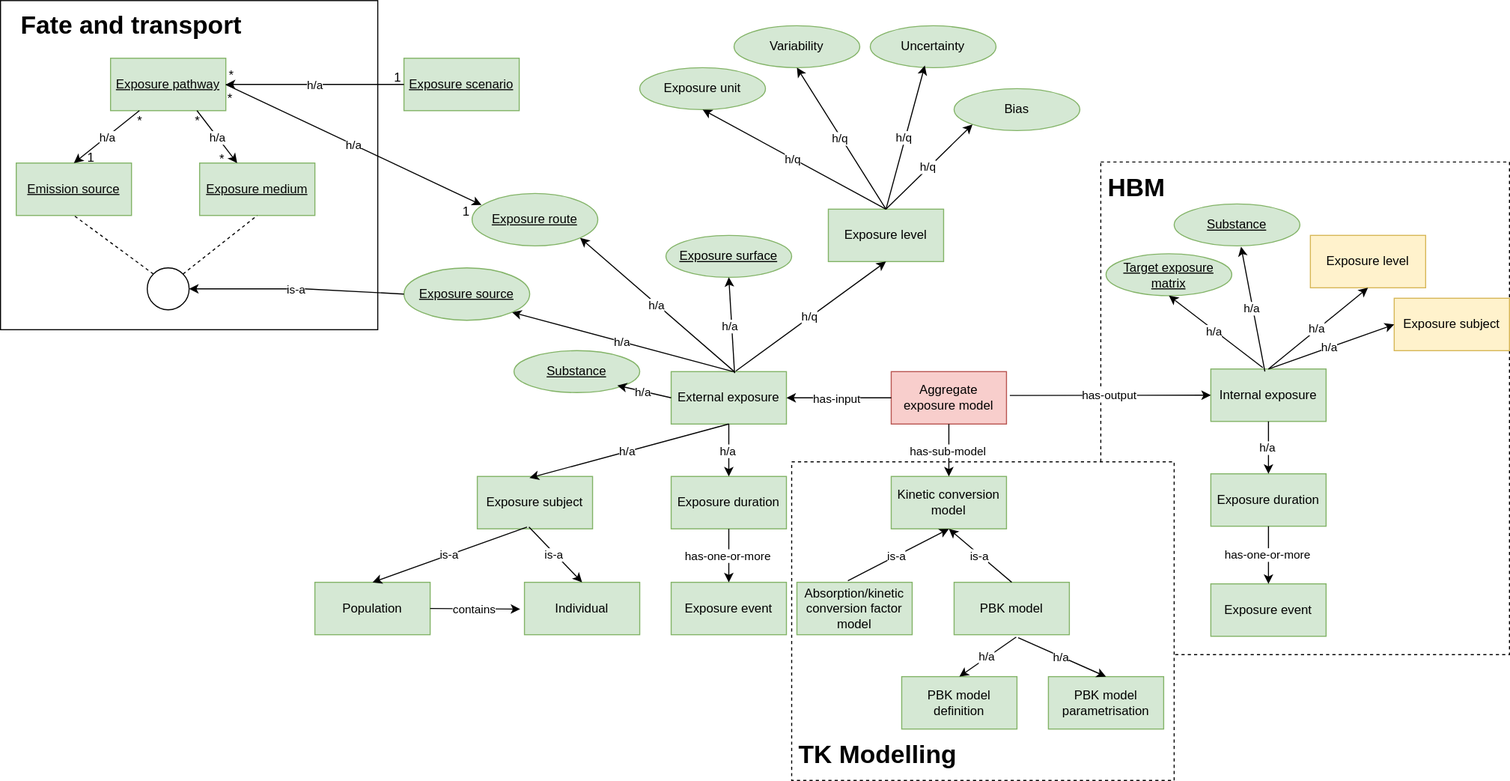
eu-parc/aggregate-exposure-modelling keeps this draw.io diagram as diagrams/aggregate-exposure-modelling.drawio.svg. Above is the earlier version. Source tidied: cells renumbered, new cells last; positions are measured from the earlier drawing's top-left corner, leaving out a move shared by most shapes.
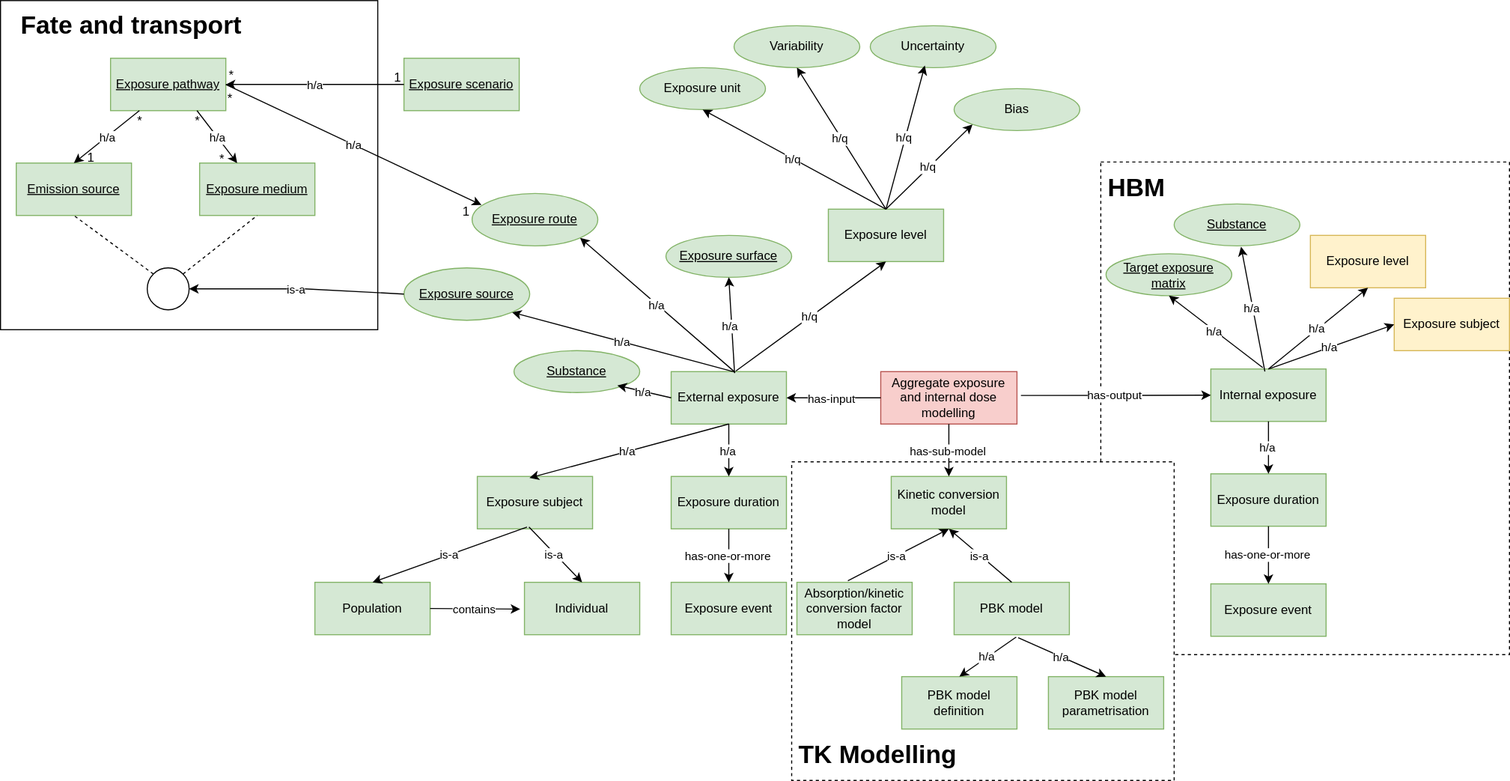
After the commit.

The edit, as a diff of the source:
```diff
@@ -14,8 +14,8 @@
     <mxCell id="5" value="External exposure" style="rounded=0;whiteSpace=wrap;html=1;fillColor=#d5e8d4;strokeColor=#82b366;fontColor=#000000;" parent="1" vertex="1">
       <mxGeometry x="640" y="354" width="110" height="50" as="geometry" />
     </mxCell>
-    <mxCell id="6" value="Aggregate exposure model" style="rounded=0;whiteSpace=wrap;html=1;fillColor=#f8cecc;strokeColor=#b85450;fontColor=#000000;" parent="1" vertex="1">
-      <mxGeometry x="850" y="354" width="110" height="50" as="geometry" />
+    <mxCell id="6" value="Aggregate exposure and internal dose modelling" style="rounded=0;whiteSpace=wrap;html=1;fillColor=#f8cecc;strokeColor=#b85450;fontColor=#000000;" parent="1" vertex="1">
+      <mxGeometry x="840" y="354" width="130" height="50" as="geometry" />
     </mxCell>
     <mxCell id="7" value="Internal exposure" style="rounded=0;whiteSpace=wrap;html=1;fillColor=#d5e8d4;strokeColor=#82b366;fontColor=#000000;" parent="1" vertex="1">
       <mxGeometry x="1155" y="351.5" width="110" height="50" as="geometry" />
```
